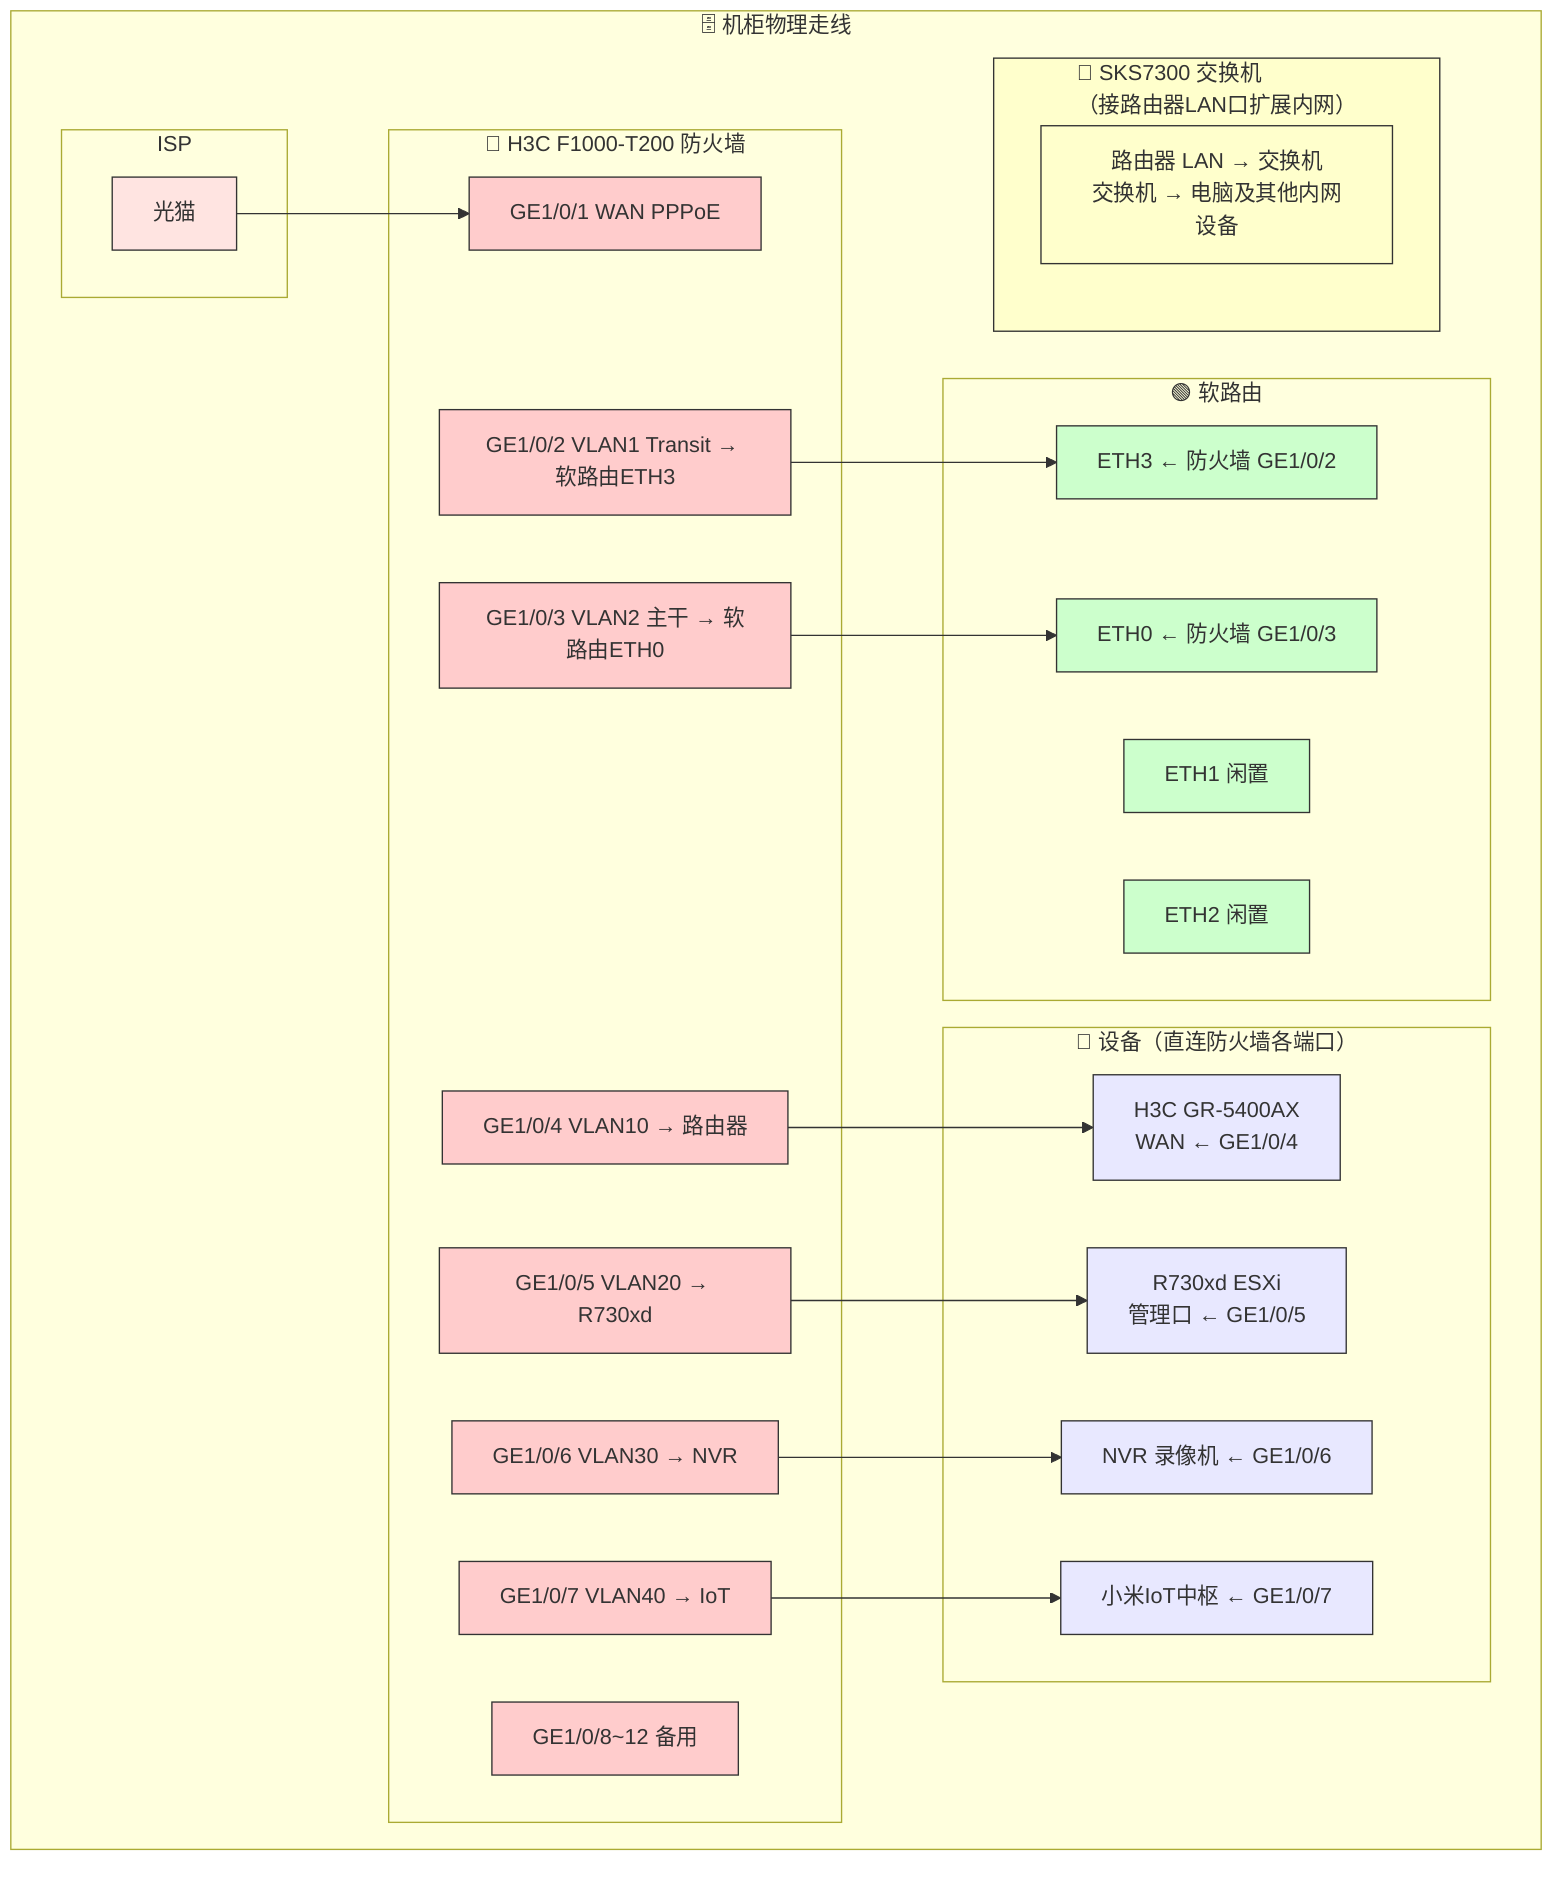
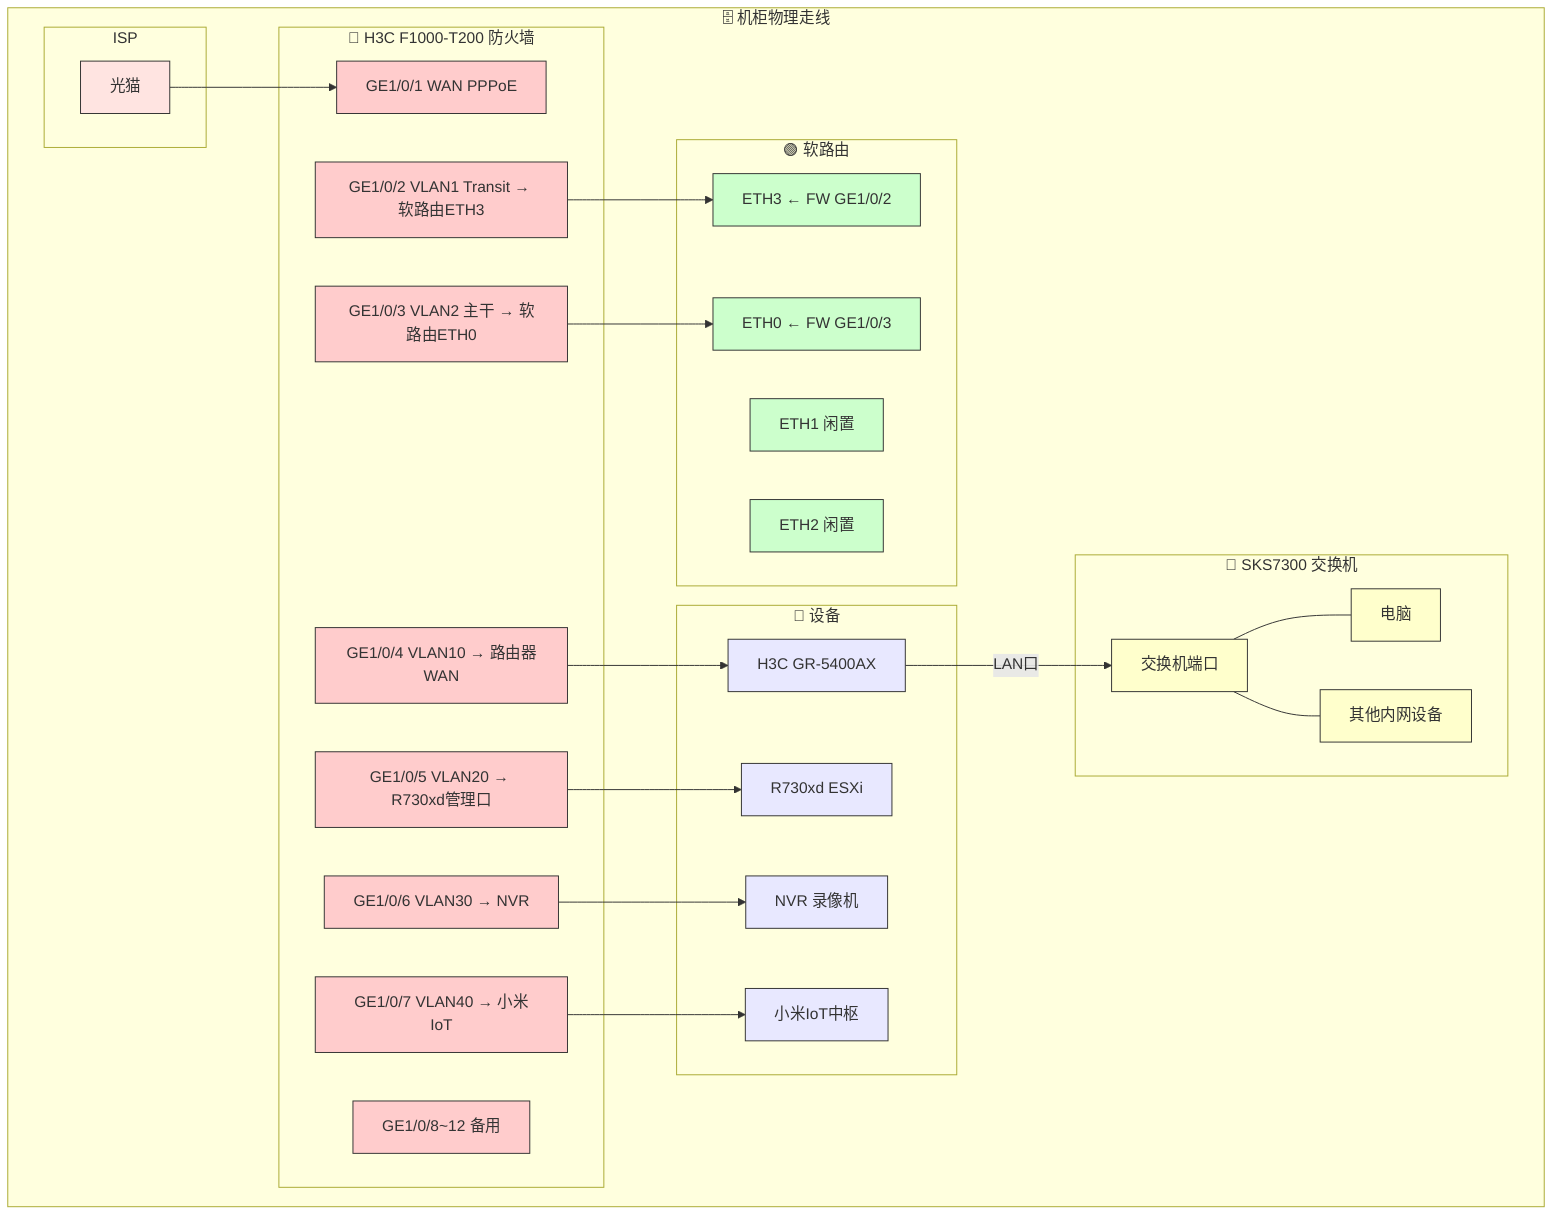
graph TB
    subgraph RACK["🗄️ 机柜物理走线"]
        subgraph ISP_SECTION["ISP"]
            ONT["光猫"]
        end

        subgraph FW_SECTION["🔴 H3C F1000-T200 防火墙"]
            FW_P1["GE1/0/1 WAN PPPoE"]
            FW_P2["GE1/0/2 VLAN1 Transit → 软路由ETH3"]
            FW_P3["GE1/0/3 VLAN2 主干 → 软路由ETH0"]
-             FW_P4["GE1/0/4 VLAN10 → 路由器"]
-             FW_P5["GE1/0/5 VLAN20 → R730xd"]
+             FW_P4["GE1/0/4 VLAN10 → 路由器WAN"]
+             FW_P5["GE1/0/5 VLAN20 → R730xd管理口"]
            FW_P6["GE1/0/6 VLAN30 → NVR"]
-             FW_P7["GE1/0/7 VLAN40 → IoT"]
+             FW_P7["GE1/0/7 VLAN40 → 小米IoT"]
            FW_P8["GE1/0/8~12 备用"]
        end

        subgraph SR_SECTION["🟢 软路由"]
-             SR_ETH3["ETH3 ← 防火墙 GE1/0/2"]
-             SR_ETH0["ETH0 ← 防火墙 GE1/0/3"]
+             SR_ETH3["ETH3 ← FW GE1/0/2"]
+             SR_ETH0["ETH0 ← FW GE1/0/3"]
            SR_ETH1["ETH1 闲置"]
            SR_ETH2["ETH2 闲置"]
        end

-         subgraph DEV_SECTION["📡 设备（直连防火墙各端口）"]
-             ROUTER["H3C GR-5400AX<br/>WAN ← GE1/0/4"]
-             R730XD["R730xd ESXi<br/>管理口 ← GE1/0/5"]
-             NVR["NVR 录像机 ← GE1/0/6"]
-             IOT["小米IoT中枢 ← GE1/0/7"]
+         subgraph DEV_SECTION["📡 设备"]
+             ROUTER["H3C GR-5400AX"]
+             R730XD["R730xd ESXi"]
+             NVR["NVR 录像机"]
+             IOT["小米IoT中枢"]
        end

-         subgraph SW_SECTION["🔀 SKS7300 交换机<br/>（接路由器LAN口扩展内网）"]
-             SW_DESC["路由器 LAN → 交换机<br/>交换机 → 电脑及其他内网设备"]
+         subgraph SW_SECTION["🔀 SKS7300 交换机"]
+             SW_PORT["交换机端口"]
+             PC["电脑"]
+             OTHER["其他内网设备"]
        end
    end

    ONT --> FW_P1
    FW_P2 --> SR_ETH3
    FW_P3 --> SR_ETH0
    FW_P4 --> ROUTER
    FW_P5 --> R730XD
    FW_P6 --> NVR
    FW_P7 --> IOT
+     ROUTER -->|"LAN口"| SW_PORT
+     SW_PORT --- PC
+     SW_PORT --- OTHER

    classDef isp fill:#FFE4E1,stroke:#333
    classDef fw fill:#FFCCCC,stroke:#333
    classDef sr fill:#CCFFCC,stroke:#333
    classDef dev fill:#E8E8FF,stroke:#333
    classDef sw fill:#FFFFCC,stroke:#333

    class ONT isp
    class FW_P1,FW_P2,FW_P3,FW_P4,FW_P5,FW_P6,FW_P7,FW_P8 fw
    class SR_ETH3,SR_ETH0,SR_ETH1,SR_ETH2 sr
    class ROUTER,R730XD,NVR,IOT dev
-     class SW_SECTION,SW_DESC sw+     class SW_PORT,PC,OTHER sw